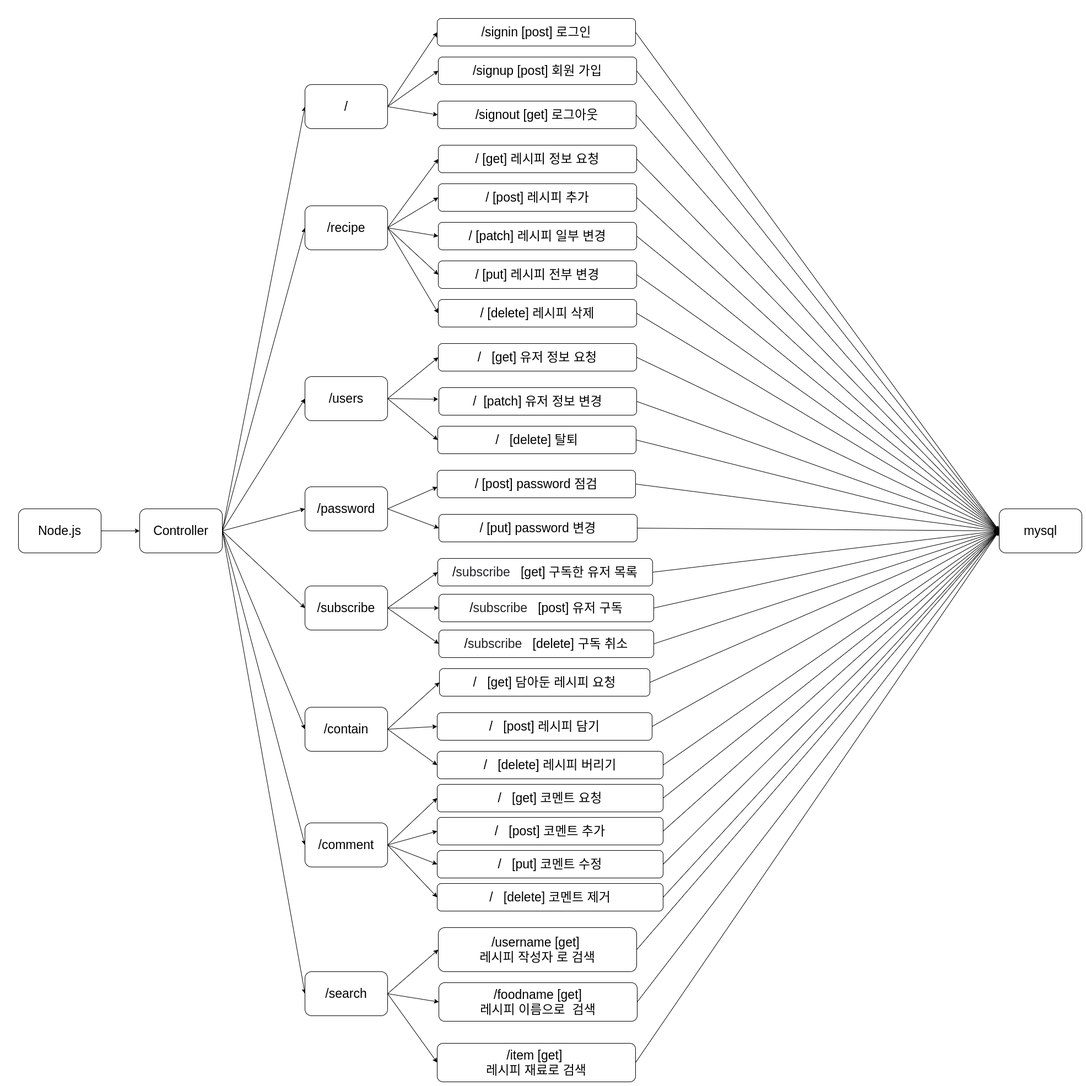
Earlier version of the draw.io export images/back_flow.png (triple486/Recipe_101-client-). Source tidied: cells renumbered, new cells last; positions are measured from the earlier drawing's top-left corner, leaving out a move shared by most shapes.
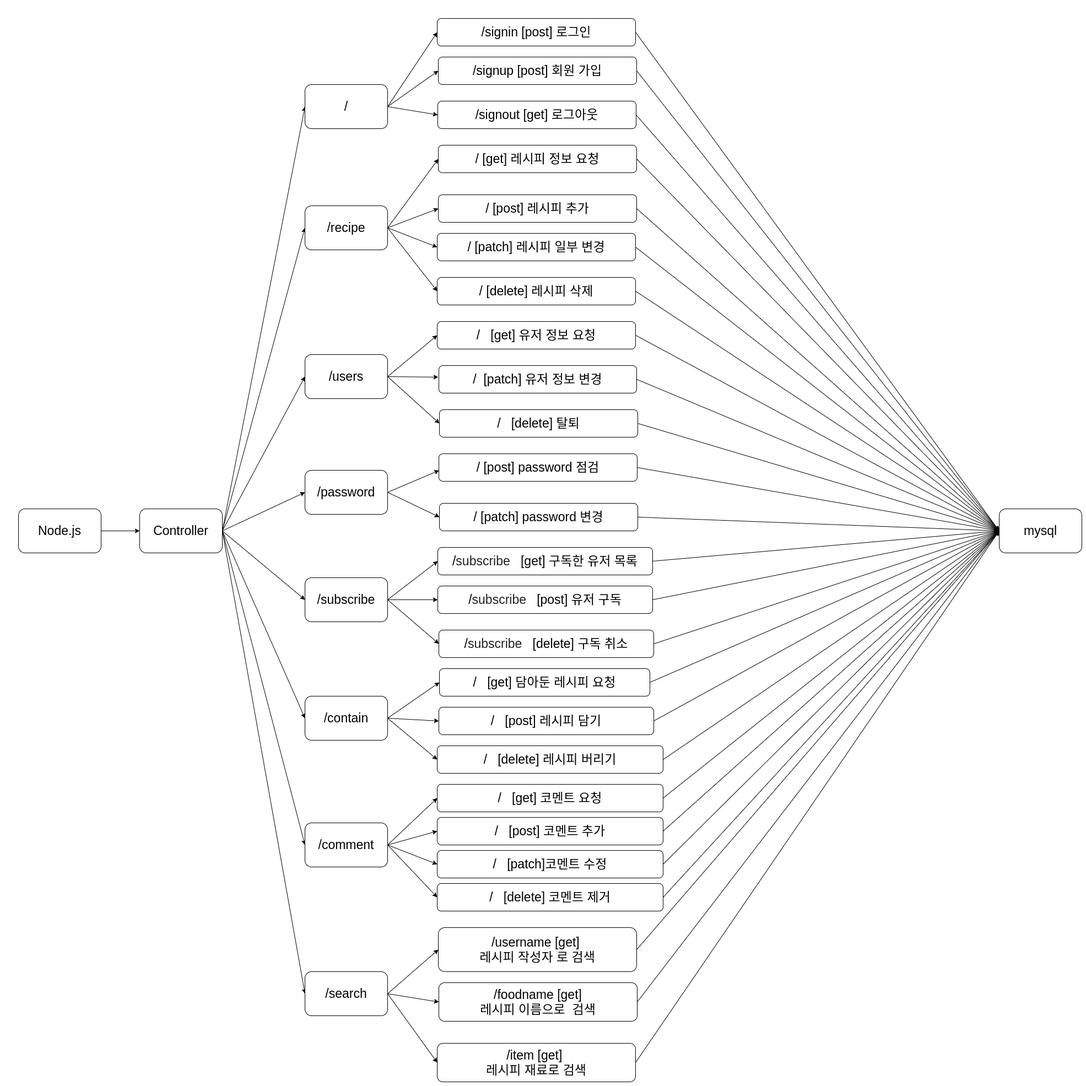
The same file after the commit.

Diff of the diagram source:
```diff
@@ -86,7 +86,7 @@
       <mxGeometry relative="1" as="geometry" />
     </mxCell>
     <mxCell id="29" value="/users" style="text;html=1;align=center;verticalAlign=middle;whiteSpace=wrap;rounded=1;strokeColor=#000000;fontSize=23;fillColor=#ffffff;" parent="1" vertex="1">
-      <mxGeometry x="520" y="650" width="150" height="80" as="geometry" />
+      <mxGeometry x="520" y="610" width="150" height="80" as="geometry" />
     </mxCell>
     <mxCell id="30" value="/search" style="text;html=1;align=center;verticalAlign=middle;whiteSpace=wrap;rounded=1;strokeColor=#000000;fontSize=23;fillColor=#ffffff;" parent="1" vertex="1">
       <mxGeometry x="520" y="1730" width="150" height="80" as="geometry" />
@@ -116,19 +116,19 @@
       <mxGeometry relative="1" as="geometry" />
     </mxCell>
     <mxCell id="39" value="/&amp;nbsp; &amp;nbsp;[delete] 탈퇴" style="text;html=1;align=center;verticalAlign=middle;whiteSpace=wrap;rounded=1;strokeColor=#000000;fontSize=23;fillColor=#ffffff;" parent="1" vertex="1">
-      <mxGeometry x="761" y="740" width="360" height="50" as="geometry" />
+      <mxGeometry x="764" y="710" width="360" height="50" as="geometry" />
     </mxCell>
     <mxCell id="40" style="edgeStyle=none;rounded=0;jettySize=auto;html=1;exitX=1;exitY=0.5;exitDx=0;exitDy=0;fontSize=23;startArrow=none;startFill=0;endArrow=classic;endFill=1;entryX=0;entryY=0.5;entryDx=0;entryDy=0;" parent="1" edge="1" source="41" target="71">
       <mxGeometry relative="1" as="geometry" />
     </mxCell>
     <mxCell id="41" value="/&amp;nbsp; [patch] 유저 정보 변경" style="text;html=1;align=center;verticalAlign=middle;whiteSpace=wrap;rounded=1;strokeColor=#000000;fontSize=23;fillColor=#ffffff;" parent="1" vertex="1">
-      <mxGeometry x="763" y="670" width="359" height="50" as="geometry" />
+      <mxGeometry x="763" y="630" width="359" height="50" as="geometry" />
     </mxCell>
     <mxCell id="42" style="edgeStyle=none;rounded=0;jettySize=auto;html=1;exitX=1;exitY=0.5;exitDx=0;exitDy=0;fontSize=23;startArrow=none;startFill=0;endArrow=classic;endFill=1;entryX=0;entryY=0.5;entryDx=0;entryDy=0;" parent="1" edge="1" source="43" target="71">
       <mxGeometry relative="1" as="geometry" />
     </mxCell>
     <mxCell id="43" value="/&amp;nbsp; &amp;nbsp;[get] 유저 정보 요청" style="text;html=1;align=center;verticalAlign=middle;whiteSpace=wrap;rounded=1;strokeColor=#000000;fontSize=23;fillColor=#ffffff;" parent="1" vertex="1">
-      <mxGeometry x="762" y="590" width="360" height="50" as="geometry" />
+      <mxGeometry x="760" y="550" width="360" height="50" as="geometry" />
     </mxCell>
     <mxCell id="44" style="edgeStyle=none;rounded=0;orthogonalLoop=1;jettySize=auto;html=1;entryX=1;entryY=0.5;entryDx=0;entryDy=0;fontSize=23;startArrow=none;startFill=0;endArrow=classic;endFill=1;" parent="1" edge="1" source="39" target="39">
       <mxGeometry relative="1" as="geometry" />
@@ -137,13 +137,13 @@
       <mxGeometry relative="1" as="geometry" />
     </mxCell>
     <mxCell id="46" value="/ [post] password 점검" style="text;html=1;align=center;verticalAlign=middle;whiteSpace=wrap;rounded=1;strokeColor=#000000;fontSize=23;fillColor=#ffffff;" parent="1" vertex="1">
-      <mxGeometry x="760" y="820" width="360" height="50" as="geometry" />
+      <mxGeometry x="763" y="790" width="360" height="50" as="geometry" />
     </mxCell>
     <mxCell id="47" style="edgeStyle=none;rounded=0;jettySize=auto;html=1;exitX=1;exitY=0.5;exitDx=0;exitDy=0;fontSize=23;startArrow=none;startFill=0;endArrow=classic;endFill=1;entryX=0;entryY=0.5;entryDx=0;entryDy=0;" parent="1" edge="1" source="48" target="71">
       <mxGeometry relative="1" as="geometry" />
     </mxCell>
     <mxCell id="48" value="/ [post] 레시피 추가" style="text;html=1;align=center;verticalAlign=middle;whiteSpace=wrap;rounded=1;strokeColor=#000000;fontSize=23;fillColor=#ffffff;" parent="1" vertex="1">
-      <mxGeometry x="762" y="300" width="360" height="50" as="geometry" />
+      <mxGeometry x="762" y="320" width="360" height="50" as="geometry" />
     </mxCell>
     <mxCell id="49" style="edgeStyle=none;rounded=0;jettySize=auto;html=1;exitX=0;exitY=0.5;exitDx=0;exitDy=0;entryX=1;entryY=0.5;entryDx=0;entryDy=0;fontSize=23;startArrow=classic;startFill=1;endArrow=none;endFill=0;" parent="1" edge="1" source="51" target="102">
       <mxGeometry relative="1" as="geometry" />
@@ -151,8 +151,8 @@
     <mxCell id="50" style="edgeStyle=none;rounded=0;jettySize=auto;html=1;exitX=1;exitY=0.5;exitDx=0;exitDy=0;fontSize=23;startArrow=none;startFill=0;endArrow=classic;endFill=1;entryX=0;entryY=0.5;entryDx=0;entryDy=0;" parent="1" edge="1" source="51" target="71">
       <mxGeometry relative="1" as="geometry" />
     </mxCell>
-    <mxCell id="51" value="/&amp;nbsp;[put] password 변경" style="text;html=1;align=center;verticalAlign=middle;whiteSpace=wrap;rounded=1;strokeColor=#000000;fontSize=23;fillColor=#ffffff;" parent="1" vertex="1">
-      <mxGeometry x="763" y="900" width="360" height="50" as="geometry" />
+    <mxCell id="51" value="/&amp;nbsp;[patch] password 변경" style="text;html=1;align=center;verticalAlign=middle;whiteSpace=wrap;rounded=1;strokeColor=#000000;fontSize=23;fillColor=#ffffff;" parent="1" vertex="1">
+      <mxGeometry x="764" y="880" width="360" height="50" as="geometry" />
     </mxCell>
     <mxCell id="52" style="edgeStyle=none;rounded=0;jettySize=auto;html=1;entryX=1;entryY=0.5;entryDx=0;entryDy=0;fontSize=23;startArrow=classic;startFill=1;endArrow=none;endFill=0;exitX=0;exitY=0.5;exitDx=0;exitDy=0;" parent="1" edge="1" source="54" target="30">
       <mxGeometry relative="1" as="geometry" />
@@ -201,19 +201,19 @@
       </mxGeometry>
     </mxCell>
     <mxCell id="66" value="/ [patch] 레시피 일부 변경" style="text;html=1;align=center;verticalAlign=middle;whiteSpace=wrap;rounded=1;strokeColor=#000000;fontSize=23;fillColor=#ffffff;" parent="1" vertex="1">
-      <mxGeometry x="762" y="370" width="360" height="50" as="geometry" />
+      <mxGeometry x="760" y="390" width="360" height="50" as="geometry" />
     </mxCell>
     <mxCell id="67" style="edgeStyle=none;rounded=0;jettySize=auto;html=1;exitX=1;exitY=0.5;exitDx=0;exitDy=0;entryX=0;entryY=0.5;entryDx=0;entryDy=0;" parent="1" edge="1" source="68" target="71">
       <mxGeometry relative="1" as="geometry" />
     </mxCell>
     <mxCell id="68" value="/&amp;nbsp; &amp;nbsp;[post] 레시피 담기" style="text;html=1;align=center;verticalAlign=middle;whiteSpace=wrap;rounded=1;strokeColor=#000000;fontSize=23;fillColor=#ffffff;" parent="1" vertex="1">
-      <mxGeometry x="760" y="1260" width="390" height="50" as="geometry" />
+      <mxGeometry x="763" y="1250" width="390" height="50" as="geometry" />
     </mxCell>
     <mxCell id="69" style="edgeStyle=none;rounded=0;jettySize=auto;html=1;exitX=1;exitY=0.5;exitDx=0;exitDy=0;entryX=0;entryY=0.5;entryDx=0;entryDy=0;" parent="1" edge="1" source="70" target="71">
       <mxGeometry relative="1" as="geometry" />
     </mxCell>
     <mxCell id="70" value="/&amp;nbsp; &amp;nbsp;[delete] 레시피 버리기" style="text;html=1;align=center;verticalAlign=middle;whiteSpace=wrap;rounded=1;strokeColor=#000000;fontSize=23;fillColor=#ffffff;" parent="1" vertex="1">
-      <mxGeometry x="760" y="1330" width="410" height="50" as="geometry" />
+      <mxGeometry x="760" y="1320" width="410" height="50" as="geometry" />
     </mxCell>
     <mxCell id="71" value="mysql" style="text;html=1;align=center;verticalAlign=middle;whiteSpace=wrap;rounded=1;strokeColor=#000000;fontSize=23;fillColor=#ffffff;" parent="1" vertex="1">
       <mxGeometry x="1780" y="890" width="150" height="80" as="geometry" />
@@ -227,9 +227,6 @@
     <mxCell id="74" style="edgeStyle=none;rounded=0;jettySize=auto;html=1;exitX=1;exitY=0.5;exitDx=0;exitDy=0;entryX=0;entryY=0.5;entryDx=0;entryDy=0;" parent="1" edge="1" source="77" target="66">
       <mxGeometry relative="1" as="geometry" />
     </mxCell>
-    <mxCell id="75" style="edgeStyle=none;rounded=0;jettySize=auto;html=1;exitX=1;exitY=0.5;exitDx=0;exitDy=0;entryX=0;entryY=0.5;entryDx=0;entryDy=0;" parent="1" edge="1" source="77" target="81">
-      <mxGeometry relative="1" as="geometry" />
-    </mxCell>
     <mxCell id="76" style="edgeStyle=none;rounded=0;jettySize=auto;html=1;exitX=1;exitY=0.5;exitDx=0;exitDy=0;entryX=0;entryY=0.5;entryDx=0;entryDy=0;" parent="1" edge="1" source="77" target="83">
       <mxGeometry relative="1" as="geometry" />
     </mxCell>
@@ -242,29 +239,23 @@
     <mxCell id="79" value="/ [get] 레시피 정보 요청" style="text;html=1;align=center;verticalAlign=middle;whiteSpace=wrap;rounded=1;strokeColor=#000000;fontSize=23;fillColor=#ffffff;" parent="1" vertex="1">
       <mxGeometry x="762" y="230" width="360" height="50" as="geometry" />
     </mxCell>
-    <mxCell id="80" style="edgeStyle=none;rounded=0;jettySize=auto;html=1;exitX=1;exitY=0.5;exitDx=0;exitDy=0;entryX=0;entryY=0.5;entryDx=0;entryDy=0;" parent="1" edge="1" source="81" target="71">
-      <mxGeometry relative="1" as="geometry" />
-    </mxCell>
-    <mxCell id="81" value="/ [put] 레시피 전부 변경" style="text;html=1;align=center;verticalAlign=middle;whiteSpace=wrap;rounded=1;strokeColor=#000000;fontSize=23;fillColor=#ffffff;" parent="1" vertex="1">
-      <mxGeometry x="762" y="440" width="360" height="50" as="geometry" />
-    </mxCell>
     <mxCell id="82" style="edgeStyle=none;rounded=0;jettySize=auto;html=1;exitX=1;exitY=0.5;exitDx=0;exitDy=0;entryX=0;entryY=0.5;entryDx=0;entryDy=0;" parent="1" edge="1" source="83" target="71">
       <mxGeometry relative="1" as="geometry" />
     </mxCell>
     <mxCell id="83" value="/ [delete] 레시피 삭제" style="text;html=1;align=center;verticalAlign=middle;whiteSpace=wrap;rounded=1;strokeColor=#000000;fontSize=23;fillColor=#ffffff;" parent="1" vertex="1">
-      <mxGeometry x="762" y="510" width="360" height="50" as="geometry" />
+      <mxGeometry x="760" y="470" width="360" height="50" as="geometry" />
     </mxCell>
     <mxCell id="84" style="edgeStyle=none;rounded=0;jettySize=auto;html=1;exitX=1;exitY=0.5;exitDx=0;exitDy=0;entryX=0;entryY=0.5;entryDx=0;entryDy=0;" parent="1" edge="1" source="85" target="71">
       <mxGeometry relative="1" as="geometry" />
     </mxCell>
     <mxCell id="85" value="&lt;font style=&quot;font-size: 23px&quot;&gt;/&lt;span style=&quot;color: rgb(32 , 33 , 36) ; font-family: inherit ; text-align: left&quot;&gt;subscribe&lt;/span&gt;&lt;span&gt;&amp;nbsp; &amp;nbsp;[get] 구독한 유저 목록&lt;/span&gt;&lt;/font&gt;" style="text;html=1;align=center;verticalAlign=middle;whiteSpace=wrap;rounded=1;strokeColor=#000000;fontSize=23;fillColor=#ffffff;" parent="1" vertex="1">
-      <mxGeometry x="761" y="980" width="390" height="50" as="geometry" />
+      <mxGeometry x="761" y="960" width="390" height="50" as="geometry" />
     </mxCell>
     <mxCell id="86" style="edgeStyle=none;rounded=0;jettySize=auto;html=1;exitX=1;exitY=0.5;exitDx=0;exitDy=0;entryX=0;entryY=0.5;entryDx=0;entryDy=0;" parent="1" edge="1" source="87" target="71">
       <mxGeometry relative="1" as="geometry" />
     </mxCell>
     <mxCell id="87" value="&lt;font style=&quot;font-size: 23px&quot;&gt;/&lt;span style=&quot;color: rgb(32 , 33 , 36) ; font-family: inherit ; text-align: left&quot;&gt;subscribe&lt;/span&gt;&lt;span&gt;&amp;nbsp; &amp;nbsp;[post] 유저 구독&lt;/span&gt;&lt;/font&gt;" style="text;html=1;align=center;verticalAlign=middle;whiteSpace=wrap;rounded=1;strokeColor=#000000;fontSize=23;fillColor=#ffffff;" parent="1" vertex="1">
-      <mxGeometry x="763" y="1045" width="390" height="50" as="geometry" />
+      <mxGeometry x="761" y="1030" width="390" height="50" as="geometry" />
     </mxCell>
     <mxCell id="88" style="edgeStyle=none;rounded=0;jettySize=auto;html=1;exitX=1;exitY=0.5;exitDx=0;exitDy=0;entryX=0;entryY=0.5;entryDx=0;entryDy=0;" parent="1" edge="1" source="89" target="71">
       <mxGeometry relative="1" as="geometry" />
@@ -289,7 +280,7 @@
     <mxCell id="94" style="edgeStyle=none;rounded=0;jettySize=auto;html=1;exitX=1;exitY=0.5;exitDx=0;exitDy=0;entryX=0;entryY=0.5;entryDx=0;entryDy=0;" parent="1" edge="1" source="95" target="71">
       <mxGeometry relative="1" as="geometry" />
     </mxCell>
-    <mxCell id="95" value="/&amp;nbsp; &amp;nbsp;[put] 코멘트 수정" style="text;html=1;align=center;verticalAlign=middle;whiteSpace=wrap;rounded=1;strokeColor=#000000;fontSize=23;fillColor=#ffffff;" parent="1" vertex="1">
+    <mxCell id="95" value="/&amp;nbsp; &amp;nbsp;[patch]코멘트 수정" style="text;html=1;align=center;verticalAlign=middle;whiteSpace=wrap;rounded=1;strokeColor=#000000;fontSize=23;fillColor=#ffffff;" parent="1" vertex="1">
       <mxGeometry x="760" y="1510" width="410" height="50" as="geometry" />
     </mxCell>
     <mxCell id="96" style="edgeStyle=none;rounded=0;jettySize=auto;html=1;exitX=1;exitY=0.5;exitDx=0;exitDy=0;entryX=0;entryY=0.5;entryDx=0;entryDy=0;" parent="1" edge="1" source="97" target="71">
@@ -302,16 +293,16 @@
       <mxGeometry x="520" y="1460" width="150" height="80" as="geometry" />
     </mxCell>
     <mxCell id="99" value="/contain" style="text;html=1;align=center;verticalAlign=middle;whiteSpace=wrap;rounded=1;strokeColor=#000000;fontSize=23;fillColor=#ffffff;" parent="1" vertex="1">
-      <mxGeometry x="520" y="1250" width="150" height="80" as="geometry" />
+      <mxGeometry x="520" y="1230" width="150" height="80" as="geometry" />
     </mxCell>
     <mxCell id="100" value="/subscribe" style="text;html=1;align=center;verticalAlign=middle;whiteSpace=wrap;rounded=1;strokeColor=#000000;fontSize=23;fillColor=#ffffff;" parent="1" vertex="1">
-      <mxGeometry x="520" y="1030" width="150" height="80" as="geometry" />
+      <mxGeometry x="520" y="1015" width="150" height="80" as="geometry" />
     </mxCell>
     <mxCell id="101" style="edgeStyle=none;rounded=0;orthogonalLoop=1;jettySize=auto;html=1;exitX=0.5;exitY=0;exitDx=0;exitDy=0;" parent="1" edge="1" source="100" target="100">
       <mxGeometry relative="1" as="geometry" />
     </mxCell>
     <mxCell id="102" value="/password" style="text;html=1;align=center;verticalAlign=middle;whiteSpace=wrap;rounded=1;strokeColor=#000000;fontSize=23;fillColor=#ffffff;" parent="1" vertex="1">
-      <mxGeometry x="520" y="850" width="150" height="80" as="geometry" />
+      <mxGeometry x="520" y="820" width="150" height="80" as="geometry" />
     </mxCell>
   </root>
 </mxGraphModel>
```
